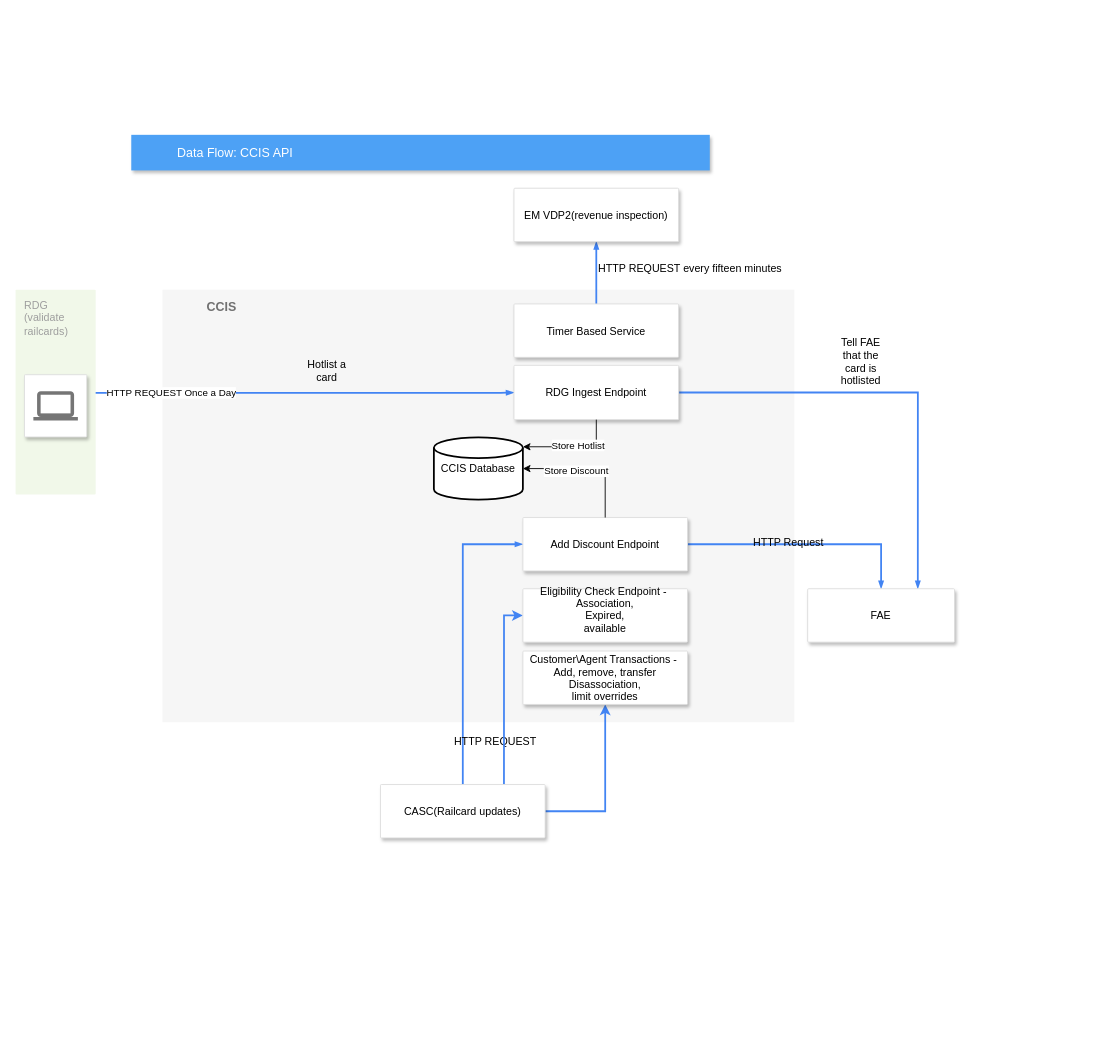
Before: CCIS-API.drawio in mattwatts36/drawings, a draw.io diagram. Source tidied: cells renumbered, new cells numbered last; positions are measured from the earlier drawing's top-left corner, leaving out a move shared by most shapes. Both pictures are drawn from the tidied source at 89%, with x=0, y=0 at pixel (15, 134).
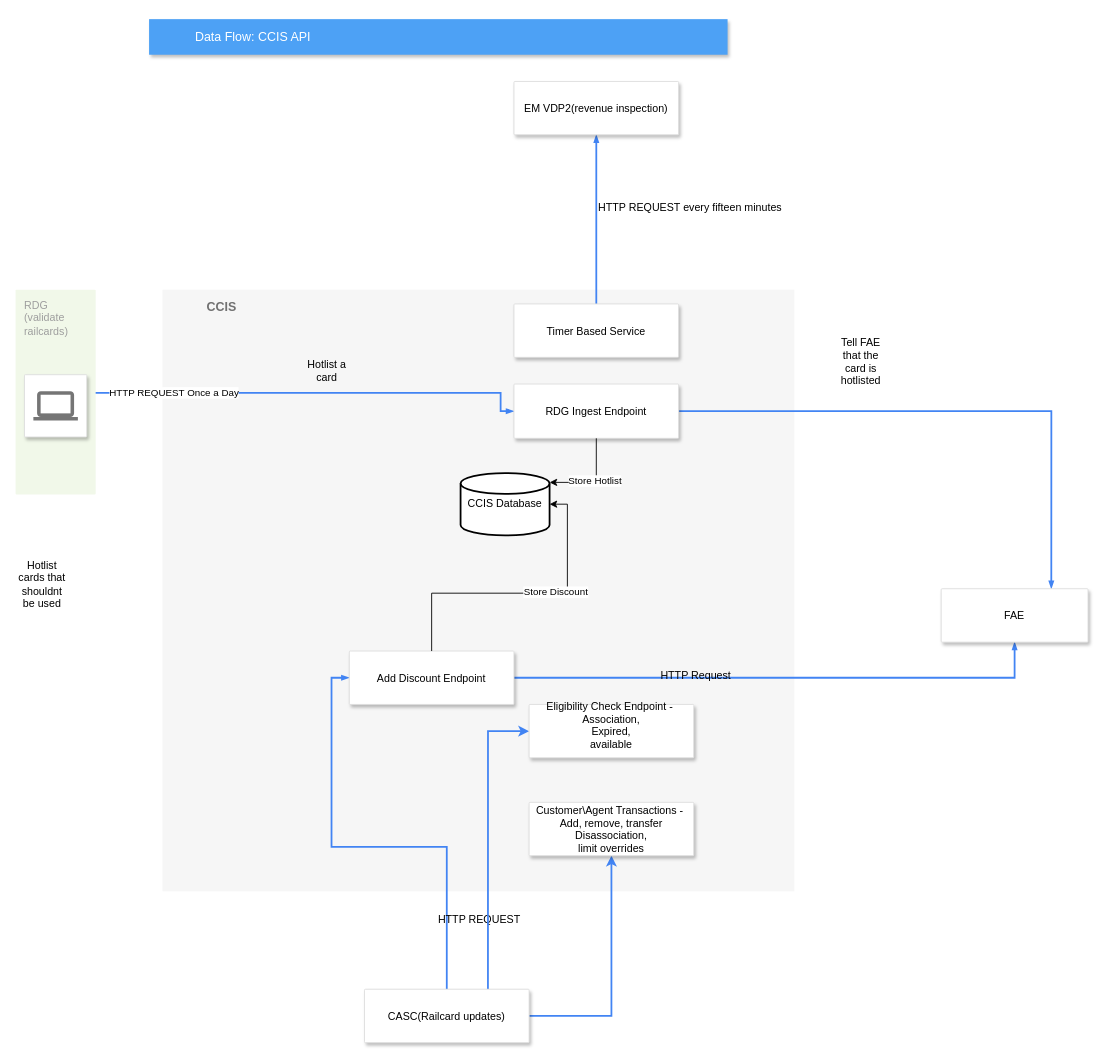
The same diagram, later.

Commit message:
made the diagram bigger

Diff of the diagram source:
```diff
@@
     <mxCell id="2" value="&lt;b&gt;CCIS&lt;/b&gt;" style="fillColor=#F6F6F6;strokeColor=none;shadow=0;gradientColor=none;fontSize=14;align=left;spacing=10;fontColor=#717171;9E9E9E;verticalAlign=top;spacingTop=-4;fontStyle=0;spacingLeft=40;html=1;" parent="1" vertex="1">
-      <mxGeometry x="165" y="174" width="710" height="486" as="geometry" />
+      <mxGeometry x="165" y="174" width="710" height="676" as="geometry" />
     </mxCell>
     <mxCell id="3" value="Data Flow: CCIS API" style="fillColor=#4DA1F5;strokeColor=none;shadow=1;gradientColor=none;fontSize=14;align=left;spacingLeft=50;fontColor=#ffffff;html=1;" parent="1" vertex="1">
-      <mxGeometry x="130" width="650" height="40" as="geometry" />
+      <mxGeometry x="150" y="-130" width="650" height="40" as="geometry" />
     </mxCell>
@@
     <mxCell id="9" value="RDG Ingest Endpoint" style="strokeColor=#dddddd;shadow=1;strokeWidth=1;rounded=1;absoluteArcSize=1;arcSize=2;" parent="1" vertex="1">
-      <mxGeometry x="560" y="259" width="185" height="61" as="geometry" />
+      <mxGeometry x="560" y="280" width="185" height="61" as="geometry" />
     </mxCell>
     <mxCell id="10" value="EM VDP2(revenue inspection)" style="strokeColor=#dddddd;shadow=1;strokeWidth=1;rounded=1;absoluteArcSize=1;arcSize=2;" parent="1" vertex="1">
-      <mxGeometry x="560" y="60" width="185" height="60" as="geometry" />
+      <mxGeometry x="560" y="-60" width="185" height="60" as="geometry" />
     </mxCell>
@@
     <mxCell id="15" value="CASC(Railcard updates)" style="strokeColor=#dddddd;shadow=1;strokeWidth=1;rounded=1;absoluteArcSize=1;arcSize=2;" parent="1" vertex="1">
-      <mxGeometry x="410" y="730" width="185" height="60" as="geometry" />
+      <mxGeometry x="392" y="960" width="185" height="60" as="geometry" />
     </mxCell>
@@
     <mxCell id="18" value="Add Discount Endpoint" style="strokeColor=#dddddd;shadow=1;strokeWidth=1;rounded=1;absoluteArcSize=1;arcSize=2;" parent="1" vertex="1">
-      <mxGeometry x="570" y="430" width="185" height="60" as="geometry" />
+      <mxGeometry x="375" y="580" width="185" height="60" as="geometry" />
     </mxCell>
@@
     <mxCell id="23" value="FAE" style="strokeColor=#dddddd;shadow=1;strokeWidth=1;rounded=1;absoluteArcSize=1;arcSize=2;" parent="1" vertex="1">
-      <mxGeometry x="890" y="510" width="165" height="60" as="geometry" />
+      <mxGeometry x="1040" y="510" width="165" height="60" as="geometry" />
     </mxCell>
@@
     <mxCell id="27" value="CCIS Database" style="strokeWidth=2;html=1;shape=mxgraph.flowchart.database;whiteSpace=wrap;" parent="1" vertex="1">
-      <mxGeometry x="470" y="340" width="100" height="70" as="geometry" />
+      <mxGeometry x="500" y="380" width="100" height="70" as="geometry" />
     </mxCell>
@@
     <mxCell id="32" value="Eligibility Check Endpoint - &#10;Association,&#10;Expired,&#10;available&#10; " style="strokeColor=#dddddd;shadow=1;strokeWidth=1;rounded=1;absoluteArcSize=1;arcSize=2;" parent="1" vertex="1">
-      <mxGeometry x="570" y="510" width="185" height="60" as="geometry" />
+      <mxGeometry x="577" y="640" width="185" height="60" as="geometry" />
     </mxCell>
     <mxCell id="33" value="Customer\Agent Transactions - &#10;Add, remove, transfer&#10;Disassociation,&#10;limit overrides" style="strokeColor=#dddddd;shadow=1;strokeWidth=1;rounded=1;absoluteArcSize=1;arcSize=2;" parent="1" vertex="1">
-      <mxGeometry x="570" y="580" width="185" height="60" as="geometry" />
+      <mxGeometry x="577" y="750" width="185" height="60" as="geometry" />
     </mxCell>
+    <mxCell id="34" value="Hotlist cards that shouldnt be used" style="text;html=1;align=center;verticalAlign=middle;whiteSpace=wrap;rounded=0;" parent="1" vertex="1">
+      <mxGeometry y="490" width="60" height="30" as="geometry" />
+    </mxCell>
```
